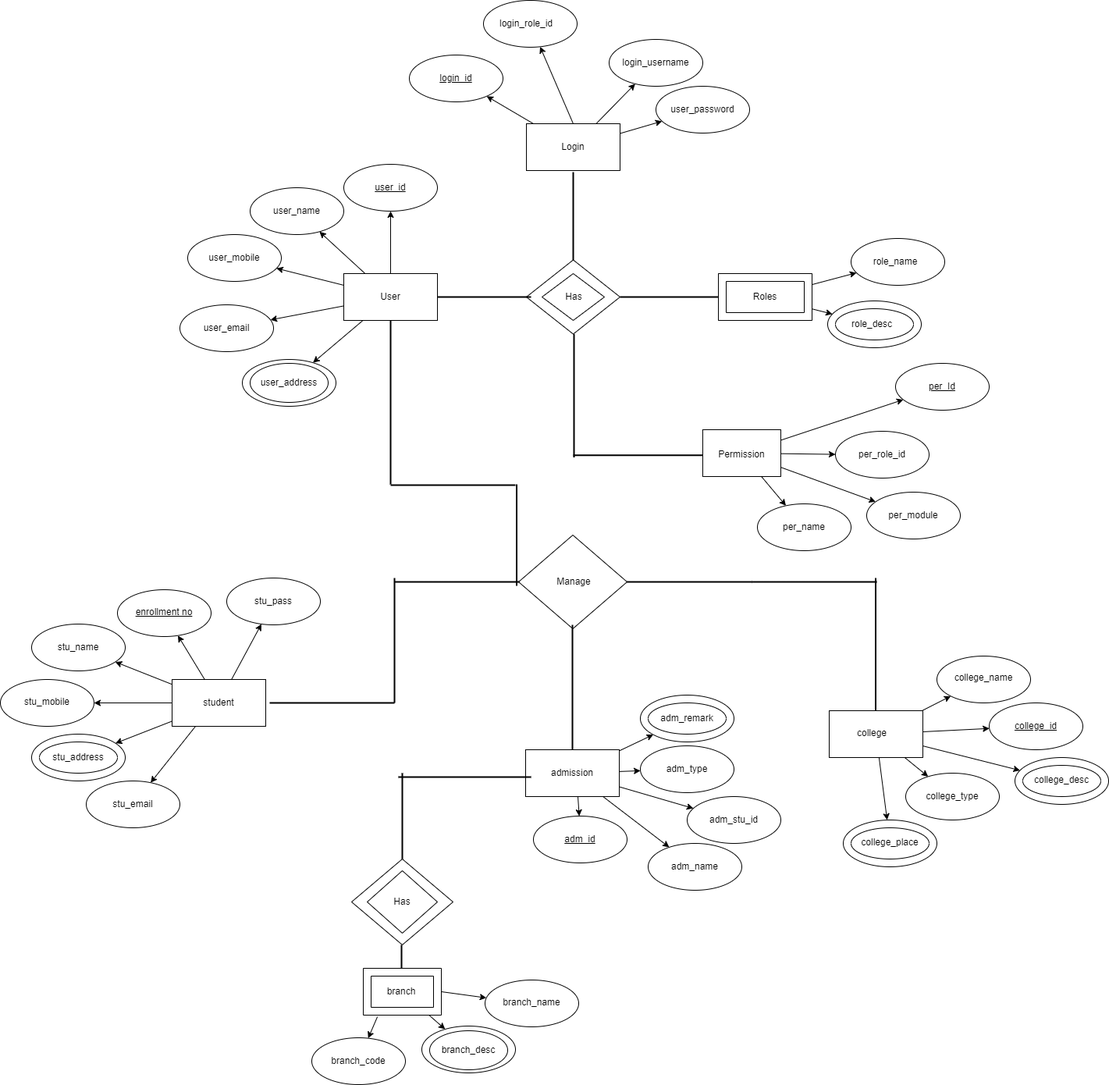
Earlier version of the draw.io export College Admission Management.drawio.png (choudhary-vaibhav/ER-Diagrams). Source tidied: cells renumbered, new cells last; positions are measured from the earlier drawing's top-left corner, leaving out a move shared by most shapes.
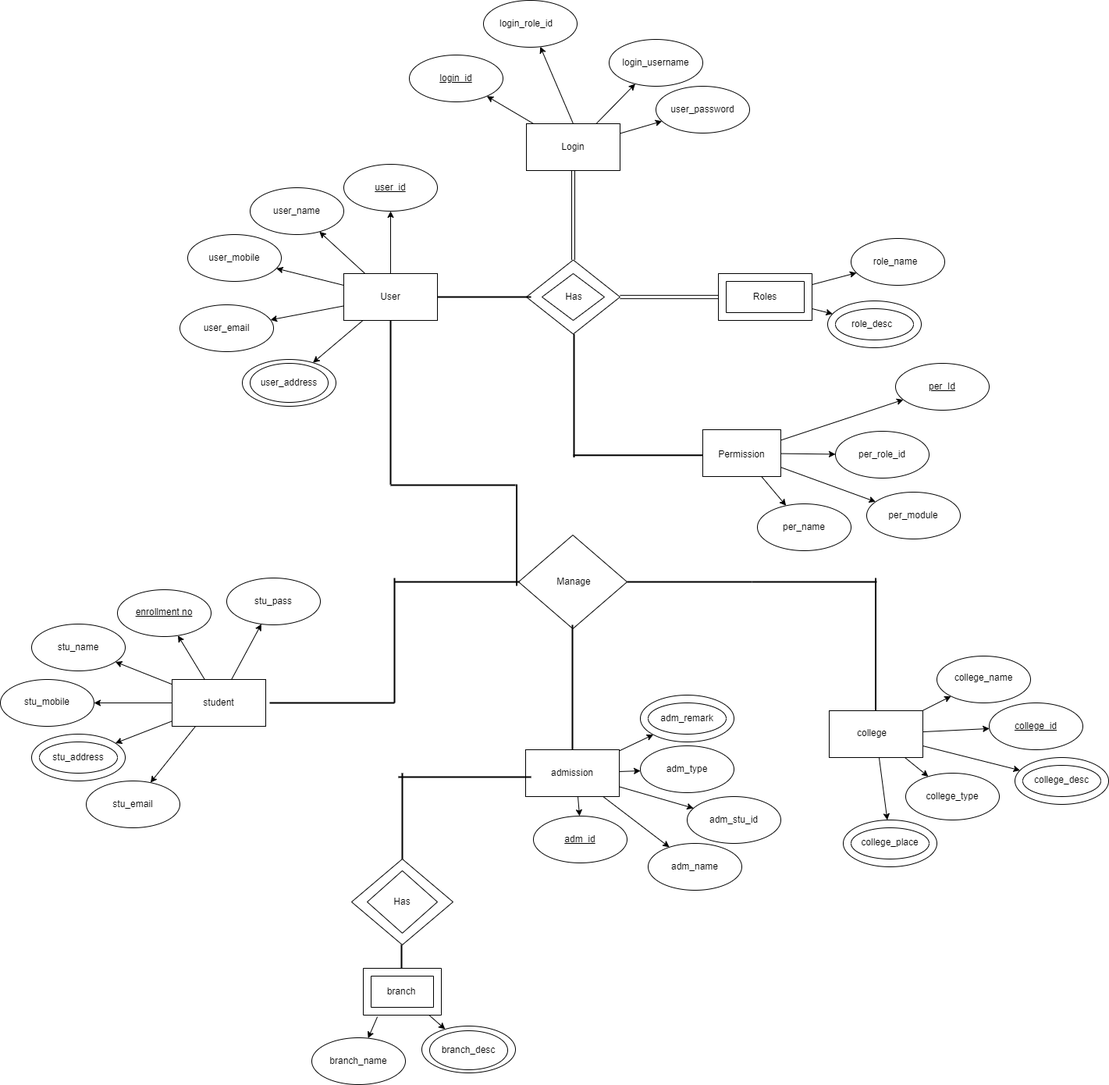
The same diagram one commit later.

Commit message:
Completed ER Diagram

The edit, as a diff of the source:
```diff
@@ -56,9 +56,6 @@
     <mxCell id="19" style="line;strokeWidth=2;html=1;" parent="1" vertex="1">
       <mxGeometry x="560" y="375" width="120" height="10" as="geometry" />
     </mxCell>
-    <mxCell id="20" style="line;strokeWidth=2;direction=south;html=1;" parent="1" vertex="1">
-      <mxGeometry x="729" y="220" width="10" height="113" as="geometry" />
-    </mxCell>
     <mxCell id="21" style="edgeStyle=none;rounded=0;jettySize=auto;html=1;" parent="1" edge="1" source="24" target="27">
       <mxGeometry relative="1" as="geometry" />
     </mxCell>
@@ -101,9 +98,6 @@
     <mxCell id="34" value="login_id" style="text;html=1;strokeColor=none;fillColor=none;align=center;verticalAlign=middle;whiteSpace=wrap;rounded=0;fontStyle=4;" parent="1" vertex="1">
       <mxGeometry x="554" y="85" width="60" height="30" as="geometry" />
     </mxCell>
-    <mxCell id="35" style="line;strokeWidth=2;html=1;" parent="1" vertex="1">
-      <mxGeometry x="794" y="375" width="126" height="10" as="geometry" />
-    </mxCell>
     <mxCell id="36" style="edgeStyle=none;rounded=0;jettySize=auto;html=1;" parent="1" edge="1" source="38" target="40">
       <mxGeometry relative="1" as="geometry" />
     </mxCell>
@@ -436,18 +430,12 @@
     <mxCell id="145" style="edgeStyle=none;rounded=0;jettySize=auto;html=1;elbow=vertical;exitX=0.181;exitY=1.035;exitDx=0;exitDy=0;exitPerimeter=0;" parent="1" edge="1" source="144" target="148">
       <mxGeometry relative="1" as="geometry" />
     </mxCell>
-    <mxCell id="146" style="edgeStyle=none;rounded=0;jettySize=auto;html=1;elbow=vertical;exitX=1;exitY=0.5;exitDx=0;exitDy=0;exitPerimeter=0;" parent="1" edge="1" source="144" target="153">
-      <mxGeometry relative="1" as="geometry" />
-    </mxCell>
     <mxCell id="147" value="branch" style="text;html=1;strokeColor=none;fillColor=none;align=center;verticalAlign=middle;whiteSpace=wrap;rounded=0;" parent="1" vertex="1">
       <mxGeometry x="484" y="1255" width="60" height="30" as="geometry" />
     </mxCell>
     <mxCell id="148" style="ellipse;whiteSpace=wrap;html=1;" parent="1" vertex="1">
       <mxGeometry x="399" y="1329" width="120" height="60" as="geometry" />
     </mxCell>
-    <mxCell id="149" value="branch_code" style="text;html=1;strokeColor=none;fillColor=none;align=center;verticalAlign=middle;whiteSpace=wrap;rounded=0;" parent="1" vertex="1">
-      <mxGeometry x="429" y="1344" width="60" height="30" as="geometry" />
-    </mxCell>
     <mxCell id="150" style="ellipse;whiteSpace=wrap;html=1;verticalAlign=top;" parent="1" vertex="1">
       <mxGeometry x="540" y="1314" width="120" height="60" as="geometry" />
     </mxCell>
@@ -457,11 +445,14 @@
     <mxCell id="152" value="branch_desc" style="text;html=1;strokeColor=none;fillColor=none;align=center;verticalAlign=middle;whiteSpace=wrap;rounded=0;" parent="1" vertex="1">
       <mxGeometry x="570" y="1330" width="60" height="30" as="geometry" />
     </mxCell>
-    <mxCell id="153" style="ellipse;whiteSpace=wrap;html=1;" parent="1" vertex="1">
-      <mxGeometry x="621" y="1255" width="120" height="60" as="geometry" />
-    </mxCell>
     <mxCell id="154" value="branch_name" style="text;html=1;strokeColor=none;fillColor=none;align=center;verticalAlign=middle;whiteSpace=wrap;rounded=0;" parent="1" vertex="1">
-      <mxGeometry x="651" y="1269" width="60" height="30" as="geometry" />
+      <mxGeometry x="429" y="1344" width="60" height="30" as="geometry" />
     </mxCell>
+    <mxCell id="155" style="shape=link;html=1;rounded=0;elbow=vertical;width=-4.285714285714286;exitX=1;exitY=0.5;exitDx=0;exitDy=0;entryX=0;entryY=0.5;entryDx=0;entryDy=0;entryPerimeter=0;" parent="1" edge="1" source="18" target="59">
+      <mxGeometry relative="1" as="geometry" />
+    </mxCell>
+    <mxCell id="156" style="shape=link;html=1;rounded=0;elbow=vertical;entryX=0.5;entryY=1;entryDx=0;entryDy=0;exitX=0.5;exitY=0;exitDx=0;exitDy=0;" parent="1" edge="1" source="18" target="24">
+      <mxGeometry relative="1" as="geometry" />
+    </mxCell>
   </root>
 </mxGraphModel>
```
